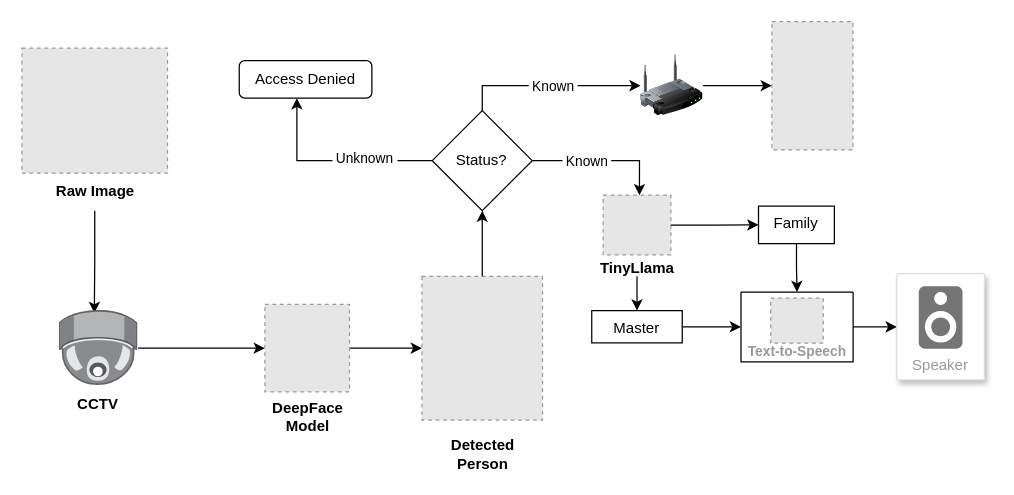
This is Untitled Diagram.drawio from ChakraDeep8/DrawIO, a draw.io file, before an edit. Source tidied: cells renumbered, new cells numbered last; positions are measured from the earlier drawing's top-left corner, leaving out a move shared by most shapes. Both pictures are drawn from the tidied source at 125%, with x=0, y=0 at pixel (21, 21). Pictures stored in the file or linked from it are replaced by grey dashed boxes.
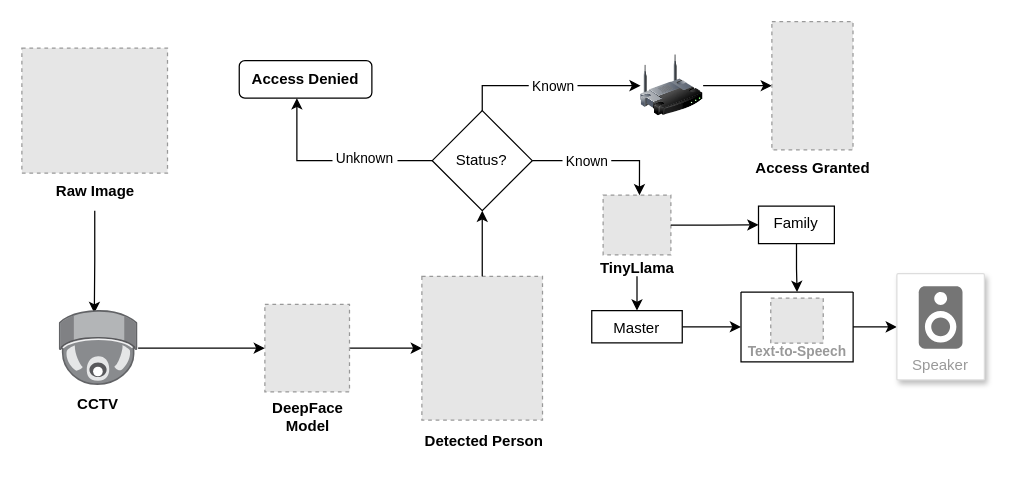
Above is the later version.

Change to the diagram source:
```diff
@@
     <mxCell id="8" style="group;" parent="1" vertex="1">
-      <mxGeometry x="320" y="203.5" width="96.5" height="157.5" as="geometry" />
+      <mxGeometry x="320" y="203.5" width="100" height="157.5" as="geometry" />
     </mxCell>
@@
     <mxCell id="10" value="&lt;b&gt;Detected Person&lt;/b&gt;" style="text;html=1;align=center;verticalAlign=middle;whiteSpace=wrap;rounded=0;" parent="8" vertex="1">
-      <mxGeometry x="15.5" y="127.5" width="65.6" height="30" as="geometry" />
+      <mxGeometry y="117.5" width="100" height="30" as="geometry" />
     </mxCell>
@@
-    <mxCell id="23" value="Access Denied" style="rounded=1;whiteSpace=wrap;html=1;" parent="1" vertex="1">
+    <mxCell id="23" value="&lt;b&gt;Access Denied&lt;/b&gt;" style="rounded=1;whiteSpace=wrap;html=1;" parent="1" vertex="1">
       <mxGeometry x="173.9" y="31" width="106.1" height="30" as="geometry" />
     </mxCell>
@@
+    <mxCell id="43" value="&lt;b&gt;Access Granted&lt;/b&gt;" style="text;html=1;align=center;verticalAlign=middle;whiteSpace=wrap;rounded=0;" parent="1" vertex="1">
+      <mxGeometry x="582.5" y="102.2" width="100" height="30" as="geometry" />
+    </mxCell>
```
